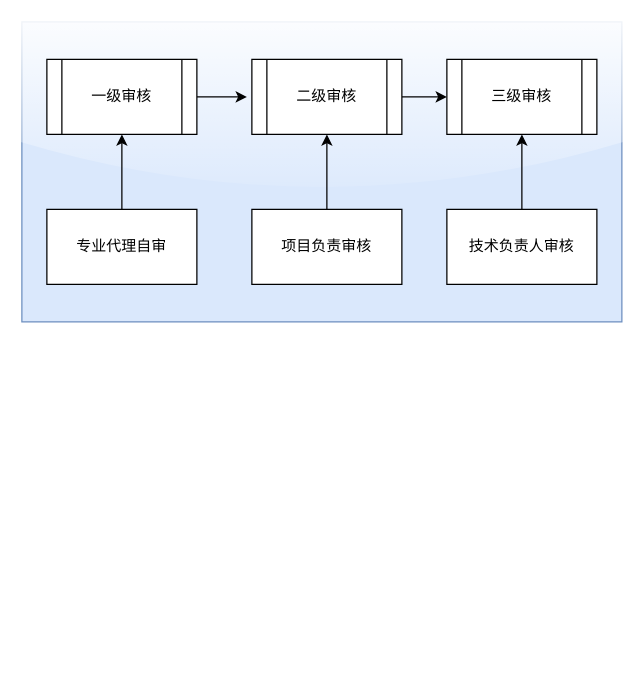
This is 三级审核流程图.drawio from 26awen/drawiofiles, a draw.io file, before an edit. Source tidied: cells renumbered, new cells numbered last; positions are measured from the earlier drawing's top-left corner, leaving out a move shared by most shapes. Both pictures are drawn from the tidied source at 125%, with x=0, y=0 at pixel (21, 21).
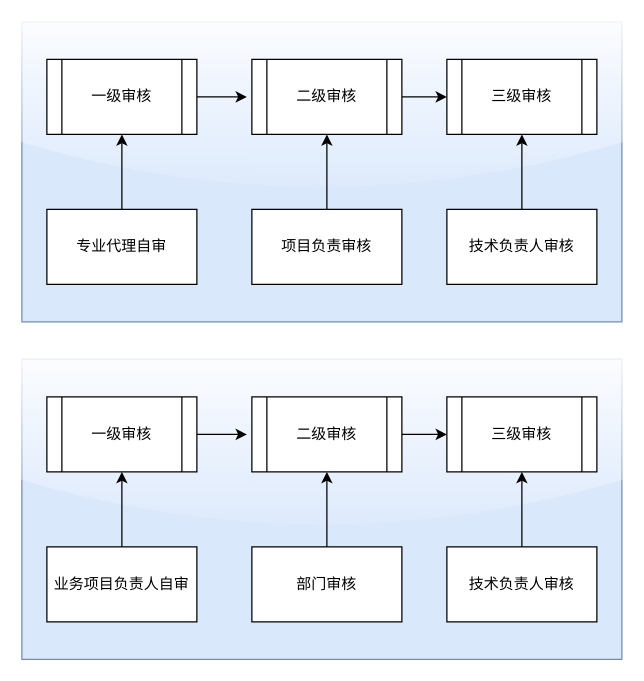
Above is the later version.

Commit message:
Update 三级审核流程图.drawio

The edit, as a diff of the source:
```diff
@@
+    <mxCell id="14" style="rounded=0;whiteSpace=wrap;html=1;fillColor=#dae8fc;strokeColor=#6c8ebf;shadow=0;glass=1;" parent="1" vertex="1">
+      <mxGeometry y="270" width="480" height="240" as="geometry" />
+    </mxCell>
+    <mxCell id="15" style="edgeStyle=orthogonalEdgeStyle;rounded=0;jettySize=auto;html=1;exitX=1;exitY=0.5;exitDx=0;exitDy=0;" parent="1" edge="1" source="16">
+      <mxGeometry relative="1" as="geometry">
+        <mxPoint x="180" y="330" as="targetPoint" />
+      </mxGeometry>
+    </mxCell>
+    <mxCell id="16" value="一级审核" style="shape=process;whiteSpace=wrap;html=1;backgroundOutline=1;" parent="1" vertex="1">
+      <mxGeometry x="20" y="300" width="120" height="60" as="geometry" />
+    </mxCell>
+    <mxCell id="17" style="edgeStyle=orthogonalEdgeStyle;rounded=0;jettySize=auto;html=1;exitX=1;exitY=0.5;exitDx=0;exitDy=0;entryX=0;entryY=0.5;entryDx=0;entryDy=0;" parent="1" edge="1" source="18" target="19">
+      <mxGeometry relative="1" as="geometry" />
+    </mxCell>
+    <mxCell id="18" value="二级审核" style="shape=process;whiteSpace=wrap;html=1;backgroundOutline=1;" parent="1" vertex="1">
+      <mxGeometry x="184" y="300" width="120" height="60" as="geometry" />
+    </mxCell>
+    <mxCell id="19" value="三级审核" style="shape=process;whiteSpace=wrap;html=1;backgroundOutline=1;" parent="1" vertex="1">
+      <mxGeometry x="340" y="300" width="120" height="60" as="geometry" />
+    </mxCell>
+    <mxCell id="20" style="edgeStyle=orthogonalEdgeStyle;rounded=0;jettySize=auto;html=1;exitX=0.5;exitY=0;exitDx=0;exitDy=0;entryX=0.5;entryY=1;entryDx=0;entryDy=0;" parent="1" edge="1" source="21" target="16">
+      <mxGeometry relative="1" as="geometry" />
+    </mxCell>
+    <mxCell id="21" value="业务项目负责人自审" style="rounded=0;whiteSpace=wrap;html=1;" parent="1" vertex="1">
+      <mxGeometry x="20" y="420" width="120" height="60" as="geometry" />
+    </mxCell>
+    <mxCell id="22" style="edgeStyle=orthogonalEdgeStyle;rounded=0;jettySize=auto;html=1;exitX=0.5;exitY=0;exitDx=0;exitDy=0;entryX=0.5;entryY=1;entryDx=0;entryDy=0;" parent="1" edge="1" source="23" target="18">
+      <mxGeometry relative="1" as="geometry" />
+    </mxCell>
+    <mxCell id="23" value="部门审核" style="rounded=0;whiteSpace=wrap;html=1;" parent="1" vertex="1">
+      <mxGeometry x="184" y="420" width="120" height="60" as="geometry" />
+    </mxCell>
+    <mxCell id="24" style="edgeStyle=orthogonalEdgeStyle;rounded=0;jettySize=auto;html=1;exitX=0.5;exitY=0;exitDx=0;exitDy=0;entryX=0.5;entryY=1;entryDx=0;entryDy=0;" parent="1" edge="1" source="25" target="19">
+      <mxGeometry relative="1" as="geometry" />
+    </mxCell>
+    <mxCell id="25" value="技术负责人审核" style="rounded=0;whiteSpace=wrap;html=1;" parent="1" vertex="1">
+      <mxGeometry x="340" y="420" width="120" height="60" as="geometry" />
+    </mxCell>
```
